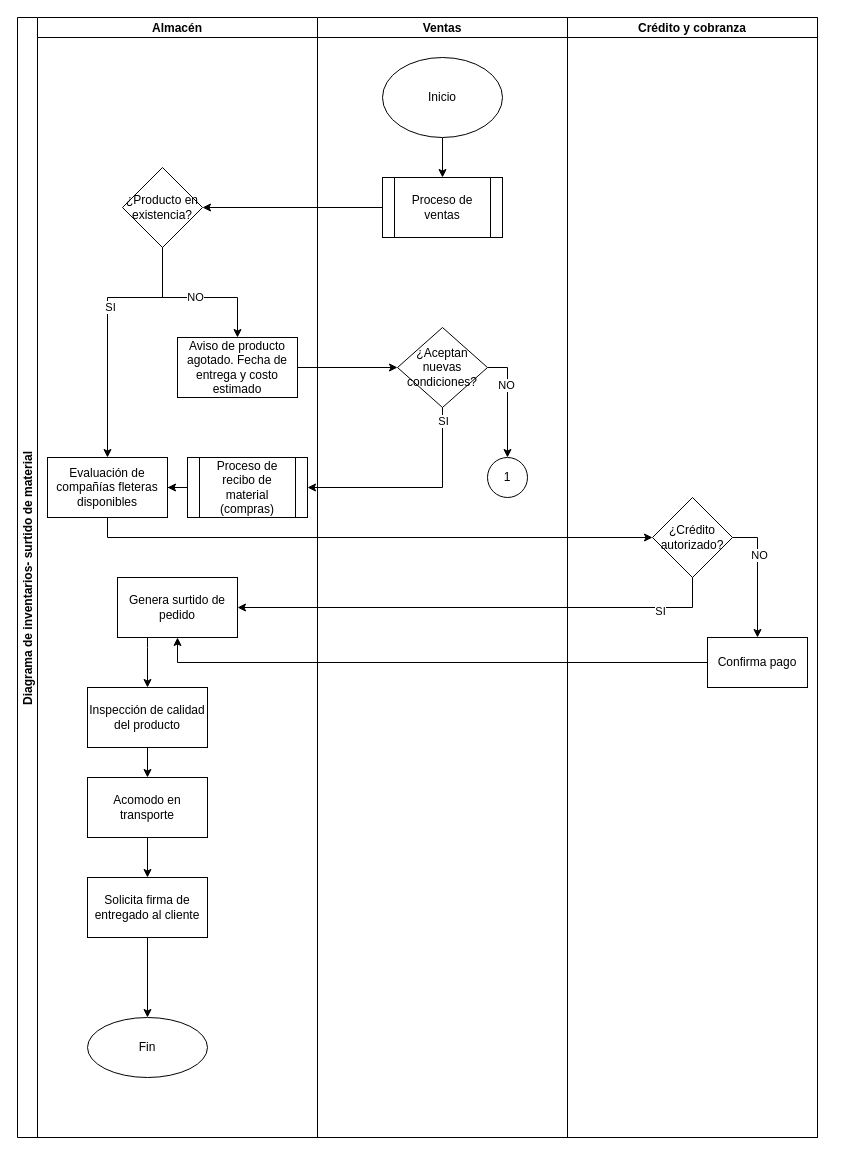
The draw.io diagram 172285_Arandia_SurtidoMaterial(adaptado).drawio in FerAran/Flowchart, before the edit. Source tidied: cells renumbered, new cells numbered last; positions are measured from the earlier drawing's top-left corner, leaving out a move shared by most shapes. Both pictures are drawn from the tidied source at 100%, with x=0, y=0 at pixel (17, 17). Pictures stored in the file or linked from it are replaced by grey dashed boxes.
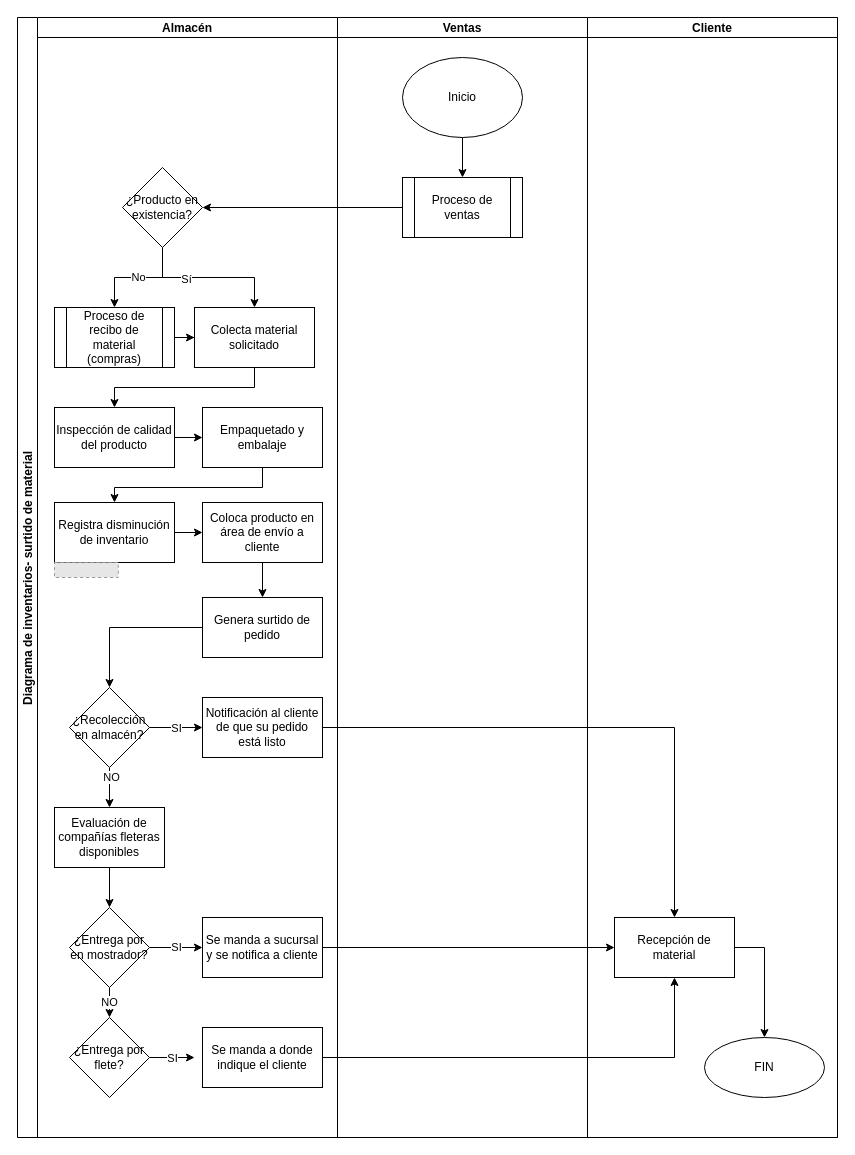
The same page after the edit.

The change refers to these unchanged cells:
```xml
<mxCell id="4" value="¿Producto en existencia?" style="rhombus;whiteSpace=wrap;html=1;" parent="3" vertex="1">
  <mxGeometry x="85" y="150" width="80" height="80" as="geometry" />
</mxCell>
```

What changed in the source:
```diff
@@
     <mxCell id="2" value="Diagrama de inventarios- surtido de material" style="swimlane;startSize=20;horizontal=0;" parent="1" vertex="1">
-      <mxGeometry width="800" height="1120" as="geometry" />
+      <mxGeometry width="820" height="1120" as="geometry" />
     </mxCell>
     <mxCell id="3" value="Almacén" style="swimlane;startSize=20;" parent="2" vertex="1">
-      <mxGeometry x="20" width="280" height="1120" as="geometry" />
+      <mxGeometry x="20" width="300" height="1120" as="geometry" />
     </mxCell>
+    <mxCell id="42" value="No" style="edgeStyle=orthogonalEdgeStyle;rounded=0;jettySize=auto;html=1;entryX=0.5;entryY=0;entryDx=0;entryDy=0;" parent="3" edge="1" source="4" target="11">
+      <mxGeometry relative="1" as="geometry" />
+    </mxCell>
+    <mxCell id="43" style="edgeStyle=orthogonalEdgeStyle;rounded=0;jettySize=auto;html=1;entryX=0.5;entryY=0;entryDx=0;entryDy=0;" parent="3" edge="1" source="4" target="61">
+      <mxGeometry relative="1" as="geometry" />
+    </mxCell>
+    <mxCell id="44" value="Sí" style="edgeLabel;html=1;align=center;verticalAlign=middle;" parent="43" vertex="1">
+      <mxGeometry x="-0.3" y="-1" relative="1" as="geometry" />
+    </mxCell>
@@
+    <mxCell id="45" style="edgeStyle=orthogonalEdgeStyle;rounded=0;jettySize=auto;html=1;" parent="3" edge="1" source="11" target="61">
+      <mxGeometry relative="1" as="geometry" />
+    </mxCell>
+    <mxCell id="11" value="Proceso de recibo de material (compras)" style="shape=process;whiteSpace=wrap;html=1;backgroundOutline=1;" parent="3" vertex="1">
+      <mxGeometry x="17" y="290" width="120" height="60" as="geometry" />
+    </mxCell>
+    <mxCell id="13" value="Genera surtido de pedido" style="whiteSpace=wrap;html=1;" parent="3" vertex="1">
+      <mxGeometry x="165" y="580" width="120" height="60" as="geometry" />
+    </mxCell>
+    <mxCell id="46" value="¿Entrega por en mostrador?" style="rhombus;whiteSpace=wrap;html=1;rounded=0;" parent="3" vertex="1">
+      <mxGeometry x="32" y="890" width="80" height="80" as="geometry" />
+    </mxCell>
+    <mxCell id="47" value="¿Entrega por flete?" style="rhombus;whiteSpace=wrap;html=1;rounded=0;" parent="3" vertex="1">
+      <mxGeometry x="32" y="1000" width="80" height="80" as="geometry" />
+    </mxCell>
+    <mxCell id="48" style="edgeStyle=orthogonalEdgeStyle;rounded=0;jettySize=auto;html=1;" parent="3" edge="1" source="50" target="5">
+      <mxGeometry relative="1" as="geometry" />
+    </mxCell>
+    <mxCell id="49" value="NO" style="edgeLabel;html=1;align=center;verticalAlign=middle;" parent="48" vertex="1">
+      <mxGeometry x="-0.53" y="1" relative="1" as="geometry" />
+    </mxCell>
+    <mxCell id="50" value="¿Recolección en almacén?" style="rhombus;whiteSpace=wrap;html=1;rounded=0;" parent="3" vertex="1">
+      <mxGeometry x="32" y="670" width="80" height="80" as="geometry" />
+    </mxCell>
+    <mxCell id="51" style="edgeStyle=orthogonalEdgeStyle;rounded=0;jettySize=auto;html=1;exitX=0;exitY=0.5;exitDx=0;exitDy=0;" parent="3" edge="1" source="13" target="50">
+      <mxGeometry relative="1" as="geometry" />
+    </mxCell>
+    <mxCell id="52" value="Notificación al cliente de que su pedido está listo" style="whiteSpace=wrap;html=1;rounded=0;" parent="3" vertex="1">
+      <mxGeometry x="165" y="680" width="120" height="60" as="geometry" />
+    </mxCell>
+    <mxCell id="53" style="edgeStyle=orthogonalEdgeStyle;rounded=0;jettySize=auto;html=1;" parent="3" edge="1" source="50" target="52">
+      <mxGeometry relative="1" as="geometry" />
+    </mxCell>
+    <mxCell id="54" value="SI" style="edgeLabel;html=1;align=center;verticalAlign=middle;" parent="53" vertex="1">
+      <mxGeometry x="-0.77" y="3" relative="1" as="geometry">
+        <mxPoint x="20" y="3" as="offset" />
+      </mxGeometry>
+    </mxCell>
+    <mxCell id="55" style="edgeStyle=orthogonalEdgeStyle;rounded=0;jettySize=auto;html=1;" parent="3" edge="1" source="5" target="46">
+      <mxGeometry relative="1" as="geometry" />
+    </mxCell>
     <mxCell id="5" value="Evaluación de compañías fleteras disponibles" style="whiteSpace=wrap;html=1;" parent="3" vertex="1">
-      <mxGeometry x="10" y="440" width="120" height="60" as="geometry" />
+      <mxGeometry x="17" y="790" width="110" height="60" as="geometry" />
     </mxCell>
-    <mxCell id="6" style="edgeStyle=orthogonalEdgeStyle;rounded=0;jettySize=auto;html=1;entryX=0.5;entryY=0;entryDx=0;entryDy=0;" parent="3" edge="1" source="4" target="5">
-      <mxGeometry relative="1" as="geometry">
-        <Array as="points">
-          <mxPoint x="125" y="280" />
-          <mxPoint x="70" y="280" />
-        </Array>
-      </mxGeometry>
-    </mxCell>
-    <mxCell id="7" value="SI" style="edgeLabel;html=1;align=center;verticalAlign=middle;" parent="6" vertex="1">
-      <mxGeometry x="-0.14" y="2" relative="1" as="geometry" />
-    </mxCell>
-    <mxCell id="8" value="Aviso de producto agotado. Fecha de entrega y costo estimado" style="whiteSpace=wrap;html=1;" parent="3" vertex="1">
-      <mxGeometry x="140" y="320" width="120" height="60" as="geometry" />
-    </mxCell>
+    <mxCell id="56" value="SI" style="edgeStyle=orthogonalEdgeStyle;rounded=0;jettySize=auto;html=1;" parent="3" edge="1" source="47">
+      <mxGeometry relative="1" as="geometry">
+        <mxPoint x="157" y="1040" as="targetPoint" />
+      </mxGeometry>
+    </mxCell>
-    <mxCell id="9" value="NO" style="edgeStyle=orthogonalEdgeStyle;rounded=0;jettySize=auto;html=1;" parent="3" edge="1" source="4" target="8">
-      <mxGeometry relative="1" as="geometry">
-        <Array as="points">
-          <mxPoint x="125" y="280" />
-          <mxPoint x="200" y="280" />
-        </Array>
-      </mxGeometry>
+    <mxCell id="9" value="NO" style="edgeStyle=orthogonalEdgeStyle;rounded=0;jettySize=auto;html=1;" parent="3" edge="1" source="46" target="47">
+      <mxGeometry relative="1" as="geometry" />
     </mxCell>
-    <mxCell id="10" style="edgeStyle=orthogonalEdgeStyle;rounded=0;jettySize=auto;html=1;" parent="3" edge="1" source="11" target="5">
-      <mxGeometry relative="1" as="geometry" />
-    </mxCell>
-    <mxCell id="11" value="Proceso de recibo de material (compras)" style="shape=process;whiteSpace=wrap;html=1;backgroundOutline=1;" parent="3" vertex="1">
-      <mxGeometry x="150" y="440" width="120" height="60" as="geometry" />
-    </mxCell>
-    <mxCell id="12" style="edgeStyle=orthogonalEdgeStyle;rounded=0;jettySize=auto;html=1;entryX=0.5;entryY=0;entryDx=0;entryDy=0;" parent="3" edge="1" source="13" target="14">
-      <mxGeometry relative="1" as="geometry">
-        <Array as="points">
-          <mxPoint x="110" y="630" />
-          <mxPoint x="110" y="630" />
-        </Array>
-      </mxGeometry>
-    </mxCell>
-    <mxCell id="13" value="Genera surtido de pedido" style="whiteSpace=wrap;html=1;" parent="3" vertex="1">
-      <mxGeometry x="80" y="560" width="120" height="60" as="geometry" />
-    </mxCell>
+    <mxCell id="57" value="Se manda a sucursal y se notifica a cliente" style="whiteSpace=wrap;html=1;rounded=0;" parent="3" vertex="1">
+      <mxGeometry x="165" y="900" width="120" height="60" as="geometry" />
+    </mxCell>
+    <mxCell id="58" value="SI" style="edgeStyle=orthogonalEdgeStyle;rounded=0;jettySize=auto;html=1;" parent="3" edge="1" source="46" target="57">
+      <mxGeometry relative="1" as="geometry" />
+    </mxCell>
+    <mxCell id="59" value="Se manda a donde indique el cliente" style="whiteSpace=wrap;html=1;" parent="3" vertex="1">
+      <mxGeometry x="165" y="1010" width="120" height="60" as="geometry" />
+    </mxCell>
     <mxCell id="14" value="Inspección de calidad del producto" style="rounded=0;whiteSpace=wrap;html=1;" parent="3" vertex="1">
-      <mxGeometry x="50" y="670" width="120" height="60" as="geometry" />
+      <mxGeometry x="17" y="390" width="120" height="60" as="geometry" />
     </mxCell>
-    <mxCell id="15" value="Acomodo en transporte" style="whiteSpace=wrap;html=1;rounded=0;" parent="3" vertex="1">
-      <mxGeometry x="50" y="760" width="120" height="60" as="geometry" />
-    </mxCell>
-    <mxCell id="16" style="edgeStyle=orthogonalEdgeStyle;rounded=0;jettySize=auto;html=1;" parent="3" edge="1" source="14" target="15">
-      <mxGeometry relative="1" as="geometry" />
-    </mxCell>
-    <mxCell id="17" value="Solicita firma de entregado al cliente" style="whiteSpace=wrap;html=1;rounded=0;" parent="3" vertex="1">
-      <mxGeometry x="50" y="860" width="120" height="60" as="geometry" />
-    </mxCell>
-    <mxCell id="18" style="edgeStyle=orthogonalEdgeStyle;rounded=0;jettySize=auto;html=1;" parent="3" edge="1" source="15" target="17">
-      <mxGeometry relative="1" as="geometry" />
-    </mxCell>
+    <mxCell id="60" style="edgeStyle=orthogonalEdgeStyle;rounded=0;jettySize=auto;html=1;entryX=0.5;entryY=0;entryDx=0;entryDy=0;exitX=0.5;exitY=1;exitDx=0;exitDy=0;" parent="3" edge="1" source="61" target="14">
+      <mxGeometry relative="1" as="geometry" />
+    </mxCell>
+    <mxCell id="61" value="Colecta material solicitado" style="whiteSpace=wrap;html=1;" parent="3" vertex="1">
+      <mxGeometry x="157" y="290" width="120" height="60" as="geometry" />
+    </mxCell>
+    <mxCell id="62" style="edgeStyle=orthogonalEdgeStyle;rounded=0;jettySize=auto;html=1;entryX=0.5;entryY=0;entryDx=0;entryDy=0;" parent="3" edge="1" source="63" target="65">
+      <mxGeometry relative="1" as="geometry">
+        <Array as="points">
+          <mxPoint x="225" y="470" />
+          <mxPoint x="77" y="470" />
+        </Array>
+      </mxGeometry>
+    </mxCell>
+    <mxCell id="63" value="Empaquetado y embalaje" style="whiteSpace=wrap;html=1;rounded=0;" parent="3" vertex="1">
+      <mxGeometry x="165" y="390" width="120" height="60" as="geometry" />
+    </mxCell>
+    <mxCell id="64" style="edgeStyle=orthogonalEdgeStyle;rounded=0;jettySize=auto;html=1;" parent="3" edge="1" source="14" target="63">
+      <mxGeometry relative="1" as="geometry" />
+    </mxCell>
+    <mxCell id="65" value="Registra disminución de inventario" style="whiteSpace=wrap;html=1;rounded=0;" parent="3" vertex="1">
+      <mxGeometry x="17" y="485" width="120" height="60" as="geometry" />
+    </mxCell>
+    <mxCell id="66" style="fillColor=#E6E6E6;strokeColor=#999999;dashed=1;verticalLabelPosition=bottom;labelBackgroundColor=default;verticalAlign=top;" parent="3" vertex="1">
+      <mxGeometry x="17" y="545" width="63.8" height="15" as="geometry" />
+    </mxCell>
+    <mxCell id="67" style="edgeStyle=orthogonalEdgeStyle;rounded=0;jettySize=auto;html=1;" parent="3" edge="1" source="68" target="13">
+      <mxGeometry relative="1" as="geometry" />
+    </mxCell>
+    <mxCell id="68" value="Coloca producto en área de envío a cliente" style="whiteSpace=wrap;html=1;rounded=0;" parent="3" vertex="1">
+      <mxGeometry x="165" y="485" width="120" height="60" as="geometry" />
+    </mxCell>
+    <mxCell id="69" style="edgeStyle=orthogonalEdgeStyle;rounded=0;jettySize=auto;html=1;" parent="3" edge="1" source="65" target="68">
+      <mxGeometry relative="1" as="geometry" />
+    </mxCell>
     <mxCell id="19" value="Ventas" style="swimlane;startSize=20;" parent="2" vertex="1">
-      <mxGeometry x="300" width="250" height="1120" as="geometry" />
+      <mxGeometry x="320" width="250" height="1120" as="geometry" />
     </mxCell>
@@
-    <mxCell id="23" style="edgeStyle=orthogonalEdgeStyle;rounded=0;jettySize=auto;html=1;exitX=1;exitY=0.5;exitDx=0;exitDy=0;" parent="19" edge="1" source="25" target="26">
-      <mxGeometry relative="1" as="geometry" />
-    </mxCell>
-    <mxCell id="24" value="NO" style="edgeLabel;html=1;align=center;verticalAlign=middle;" parent="23" vertex="1">
-      <mxGeometry x="-0.32" y="-2" relative="1" as="geometry" />
-    </mxCell>
-    <mxCell id="25" value="¿Aceptan nuevas condiciones?" style="rhombus;whiteSpace=wrap;html=1;" parent="19" vertex="1">
-      <mxGeometry x="80" y="310" width="90" height="80" as="geometry" />
-    </mxCell>
-    <mxCell id="26" value="1" style="ellipse;whiteSpace=wrap;html=1;" parent="19" vertex="1">
-      <mxGeometry x="170" y="440" width="40" height="40" as="geometry" />
-    </mxCell>
-    <mxCell id="27" value="Crédito y cobranza" style="swimlane;startSize=20;" parent="2" vertex="1">
-      <mxGeometry x="550" width="250" height="1120" as="geometry" />
-    </mxCell>
-    <mxCell id="28" value="¿Crédito autorizado?" style="rhombus;whiteSpace=wrap;html=1;" parent="27" vertex="1">
-      <mxGeometry x="85" y="480" width="80" height="80" as="geometry" />
-    </mxCell>
-    <mxCell id="29" value="Confirma pago" style="whiteSpace=wrap;html=1;" parent="27" vertex="1">
-      <mxGeometry x="140" y="620" width="100" height="50" as="geometry" />
-    </mxCell>
-    <mxCell id="30" style="edgeStyle=orthogonalEdgeStyle;rounded=0;jettySize=auto;html=1;exitX=1;exitY=0.5;exitDx=0;exitDy=0;" parent="27" edge="1" source="28" target="29">
-      <mxGeometry relative="1" as="geometry" />
-    </mxCell>
-    <mxCell id="31" value="NO" style="edgeLabel;html=1;align=center;verticalAlign=middle;" parent="30" vertex="1">
-      <mxGeometry x="-0.33" y="1" relative="1" as="geometry" />
-    </mxCell>
+    <mxCell id="70" value="Cliente" style="swimlane;startSize=20;" parent="2" vertex="1">
+      <mxGeometry x="570" width="250" height="1120" as="geometry" />
+    </mxCell>
+    <mxCell id="71" value="Recepción de material" style="whiteSpace=wrap;html=1;" parent="70" vertex="1">
+      <mxGeometry x="27" y="900" width="120" height="60" as="geometry" />
+    </mxCell>
+    <mxCell id="72" value="FIN" style="ellipse;whiteSpace=wrap;html=1;" parent="70" vertex="1">
+      <mxGeometry x="117" y="1020" width="120" height="60" as="geometry" />
+    </mxCell>
+    <mxCell id="73" style="edgeStyle=orthogonalEdgeStyle;rounded=0;jettySize=auto;html=1;exitX=1;exitY=0.5;exitDx=0;exitDy=0;" parent="70" edge="1" source="71" target="72">
+      <mxGeometry relative="1" as="geometry" />
+    </mxCell>
@@
-    <mxCell id="33" style="edgeStyle=orthogonalEdgeStyle;rounded=0;jettySize=auto;html=1;" parent="2" edge="1" source="8" target="25">
-      <mxGeometry relative="1" as="geometry" />
-    </mxCell>
-    <mxCell id="34" style="edgeStyle=orthogonalEdgeStyle;rounded=0;jettySize=auto;html=1;" parent="2" edge="1" source="25" target="11">
-      <mxGeometry relative="1" as="geometry">
-        <Array as="points">
-          <mxPoint x="425" y="470" />
-        </Array>
-      </mxGeometry>
-    </mxCell>
-    <mxCell id="35" value="SI" style="edgeLabel;html=1;align=center;verticalAlign=middle;" parent="34" vertex="1">
-      <mxGeometry x="-0.88" relative="1" as="geometry" />
-    </mxCell>
-    <mxCell id="36" style="edgeStyle=orthogonalEdgeStyle;rounded=0;jettySize=auto;html=1;" parent="2" edge="1" source="5" target="28">
-      <mxGeometry relative="1" as="geometry">
-        <Array as="points">
-          <mxPoint x="90" y="520" />
-          <mxPoint x="675" y="520" />
-        </Array>
-      </mxGeometry>
-    </mxCell>
-    <mxCell id="37" style="edgeStyle=orthogonalEdgeStyle;rounded=0;jettySize=auto;html=1;" parent="2" edge="1" source="28" target="13">
-      <mxGeometry relative="1" as="geometry">
-        <Array as="points">
-          <mxPoint x="675" y="590" />
-        </Array>
-      </mxGeometry>
-    </mxCell>
-    <mxCell id="38" value="SI" style="edgeLabel;html=1;align=center;verticalAlign=middle;" parent="37" vertex="1">
-      <mxGeometry x="-0.74" y="3" relative="1" as="geometry" />
-    </mxCell>
-    <mxCell id="39" style="edgeStyle=orthogonalEdgeStyle;rounded=0;jettySize=auto;html=1;entryX=0.5;entryY=1;entryDx=0;entryDy=0;" parent="2" edge="1" source="29" target="13">
-      <mxGeometry relative="1" as="geometry" />
-    </mxCell>
-    <mxCell id="40" value="Fin" style="ellipse;whiteSpace=wrap;html=1;rounded=0;" parent="1" vertex="1">
-      <mxGeometry x="70" y="1000" width="120" height="60" as="geometry" />
-    </mxCell>
-    <mxCell id="41" style="edgeStyle=orthogonalEdgeStyle;rounded=0;jettySize=auto;html=1;" parent="1" edge="1" source="17" target="40">
-      <mxGeometry relative="1" as="geometry" />
-    </mxCell>
+    <mxCell id="74" style="edgeStyle=orthogonalEdgeStyle;rounded=0;jettySize=auto;html=1;" parent="2" edge="1" source="59" target="71">
+      <mxGeometry relative="1" as="geometry" />
+    </mxCell>
+    <mxCell id="75" style="edgeStyle=orthogonalEdgeStyle;rounded=0;jettySize=auto;html=1;entryX=0;entryY=0.5;entryDx=0;entryDy=0;" parent="2" edge="1" source="57" target="71">
+      <mxGeometry relative="1" as="geometry" />
+    </mxCell>
+    <mxCell id="76" style="edgeStyle=orthogonalEdgeStyle;rounded=0;jettySize=auto;html=1;exitX=1;exitY=0.5;exitDx=0;exitDy=0;entryX=0.5;entryY=0;entryDx=0;entryDy=0;" parent="2" edge="1" source="52" target="71">
+      <mxGeometry relative="1" as="geometry" />
+    </mxCell>
```
